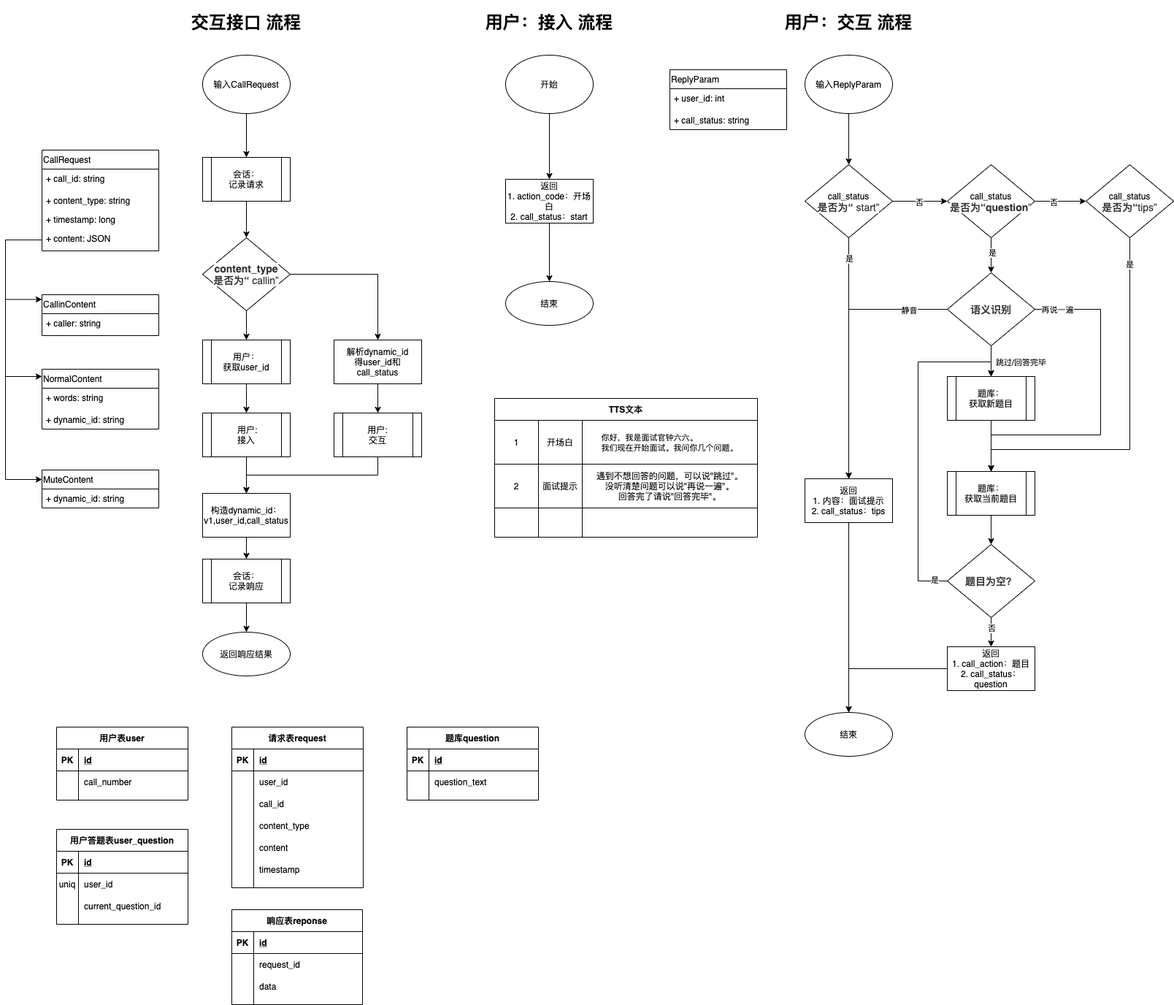
Above: doc/v0.1/flow.drawio.png in AndyAoZhang/zhuge-api (draw.io), before the change. Source tidied: cells renumbered, new cells last; positions are measured from the earlier drawing's top-left corner, leaving out a move shared by most shapes.
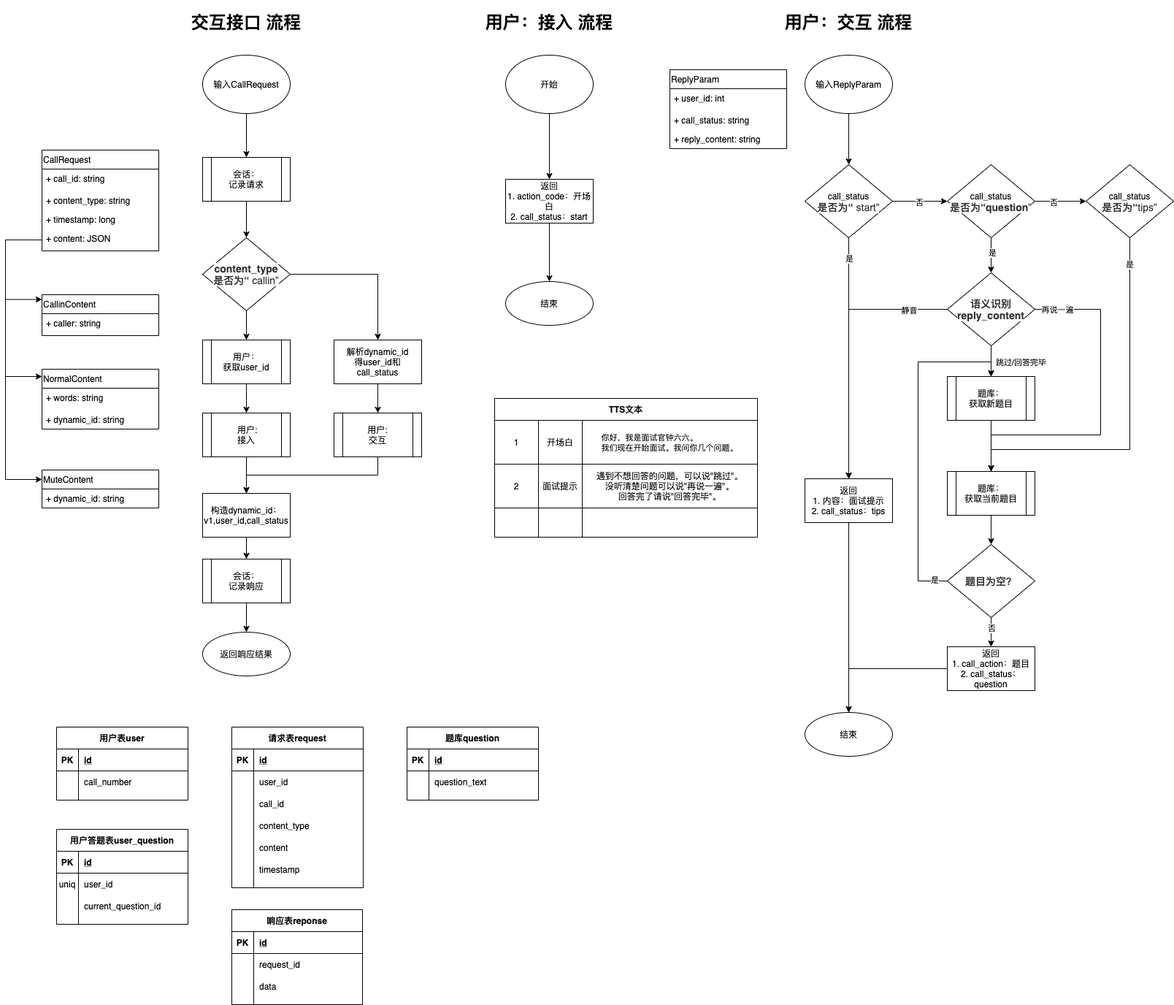
Later version of the same file.

The edit, as a diff of the source:
```diff
@@ -169,7 +169,7 @@
     <mxCell id="48" value="再说一遍" style="edgeLabel;html=1;align=center;verticalAlign=middle;" parent="47" vertex="1">
       <mxGeometry x="-0.87" relative="1" as="geometry" />
     </mxCell>
-    <mxCell id="49" value="&lt;span style=&quot;color: rgb(51 , 51 , 51) ; font-size: 14px ; font-weight: 700 ; text-align: left ; background-color: rgb(255 , 255 , 255)&quot;&gt;语义识别&lt;br&gt;&lt;/span&gt;" style="rhombus;whiteSpace=wrap;html=1;" parent="1" vertex="1">
+    <mxCell id="49" value="&lt;span style=&quot;color: rgb(51 , 51 , 51) ; font-size: 14px ; font-weight: 700 ; text-align: left ; background-color: rgb(255 , 255 , 255)&quot;&gt;语义识别&lt;br&gt;reply_content&lt;br&gt;&lt;/span&gt;" style="rhombus;whiteSpace=wrap;html=1;" parent="1" vertex="1">
       <mxGeometry x="1290" y="358" width="120" height="100" as="geometry" />
     </mxCell>
     <mxCell id="50" value="CallRequest" style="swimlane;fontStyle=0;horizontal=1;startSize=26;fillColor=none;align=left;" parent="1" vertex="1">
@@ -305,7 +305,7 @@
       <mxGeometry x="120" width="240" height="40" as="geometry" />
     </mxCell>
     <mxCell id="89" value="ReplyParam" style="swimlane;fontStyle=0;horizontal=1;startSize=26;fillColor=none;align=left;" parent="1" vertex="1">
-      <mxGeometry x="910" y="80" width="160" height="82" as="geometry" />
+      <mxGeometry x="910" y="80" width="160" height="108" as="geometry" />
     </mxCell>
     <mxCell id="90" value="+ user_id: int" style="text;strokeColor=none;fillColor=none;align=left;verticalAlign=top;spacingLeft=4;spacingRight=4;overflow=hidden;" parent="89" vertex="1">
       <mxGeometry y="26" width="160" height="30" as="geometry" />
@@ -313,6 +313,9 @@
     <mxCell id="91" value="+ call_status: string" style="text;strokeColor=none;fillColor=none;align=left;verticalAlign=top;spacingLeft=4;spacingRight=4;overflow=hidden;" parent="89" vertex="1">
       <mxGeometry y="56" width="160" height="26" as="geometry" />
     </mxCell>
+    <mxCell id="150" value="+ reply_content: string" style="text;strokeColor=none;fillColor=none;align=left;verticalAlign=top;spacingLeft=4;spacingRight=4;overflow=hidden;" parent="89" vertex="1">
+      <mxGeometry y="82" width="160" height="26" as="geometry" />
+    </mxCell>
     <mxCell id="92" value="用户表user" style="shape=table;startSize=30;rowLines=0;fontStyle=1;align=center;" parent="1" vertex="1">
       <mxGeometry x="70" y="980" width="180" height="100" as="geometry" />
     </mxCell>
```
